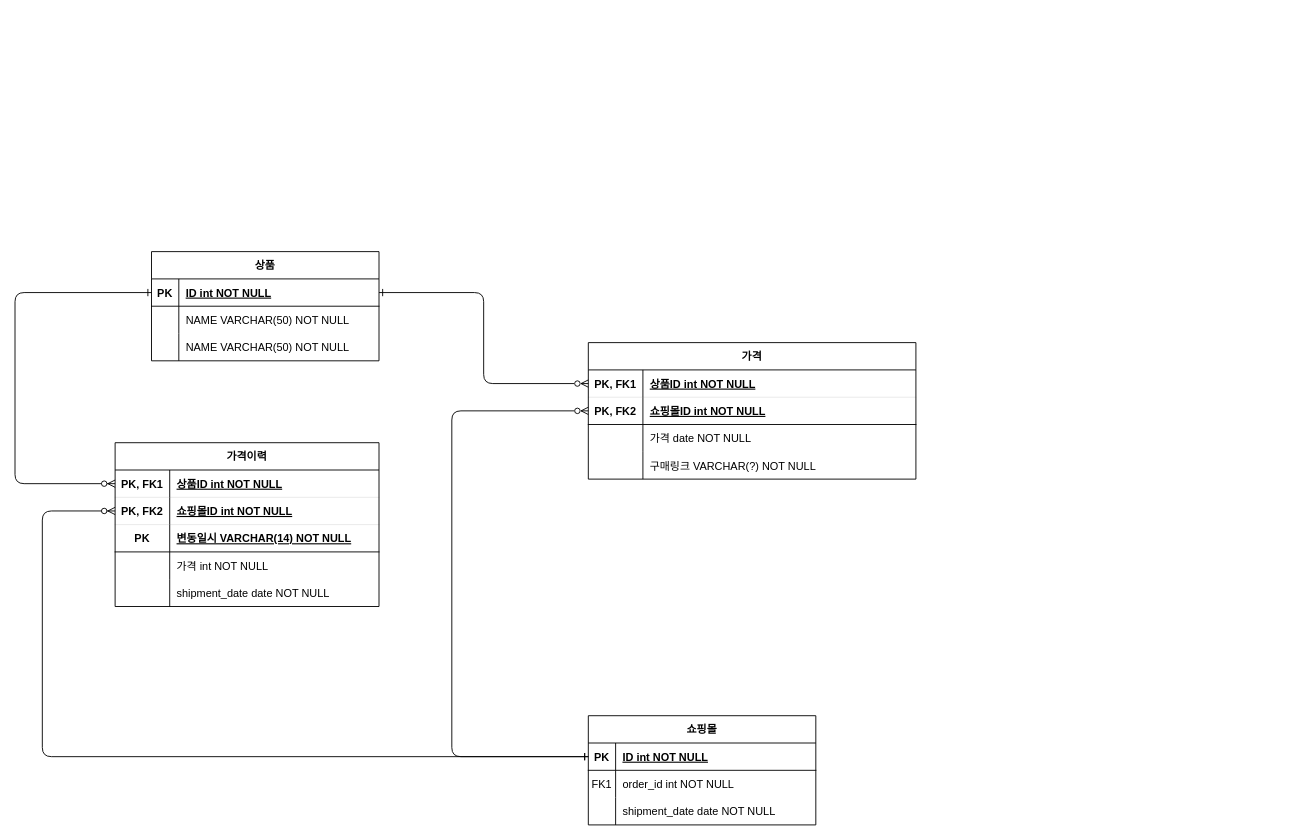
The draw.io diagram price-search.drawio in GangBean/HelloWorld, before the edit. Source tidied: cells renumbered, new cells numbered last; positions are measured from the earlier drawing's top-left corner, leaving out a move shared by most shapes. Both pictures are drawn from the tidied source at 91%, with x=0, y=0 at pixel (15, 251).
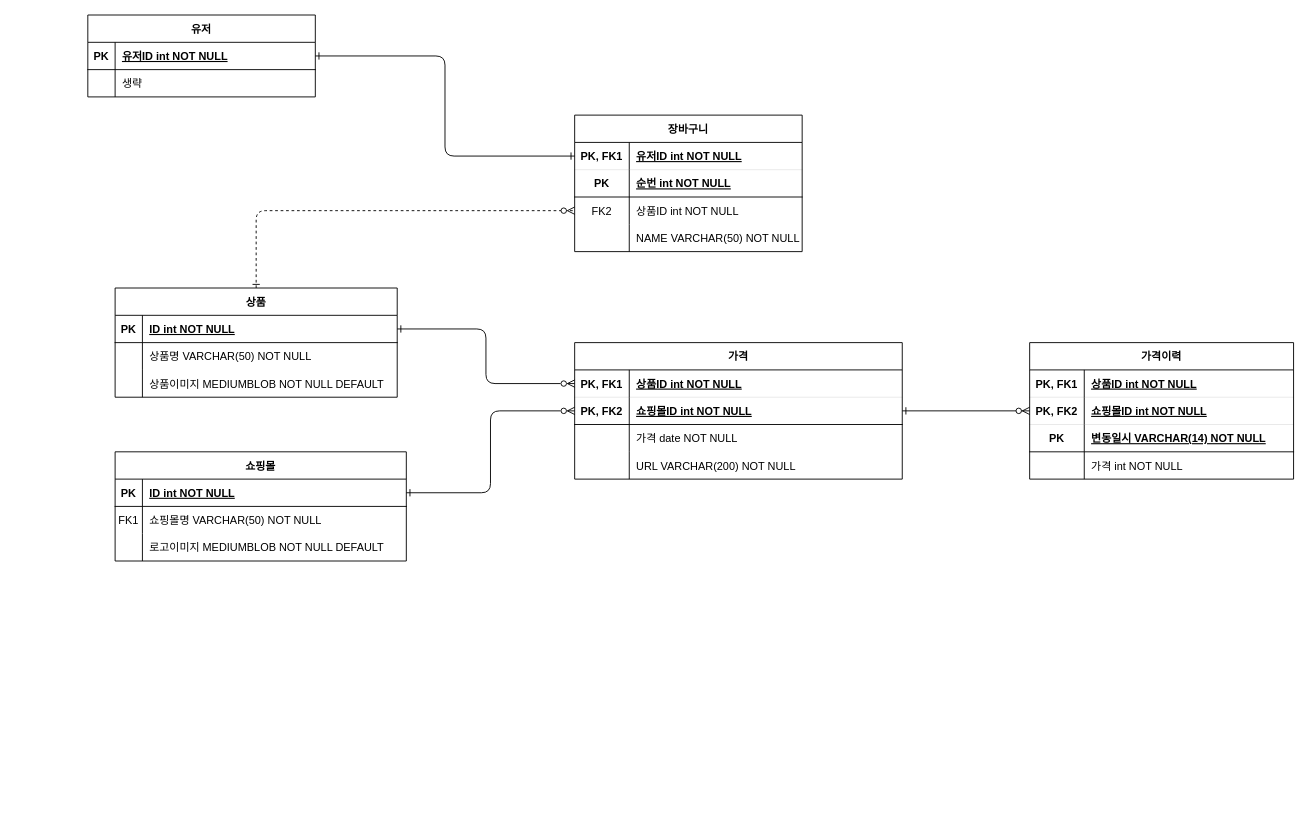
The same diagram, later.

Unchanged cells that the change refers to:
```xml
<mxCell id="7" style="shape=partialRectangle;fillColor=none;points=[[0,0.5],[1,0.5]];portConstraint=eastwest;top=0;left=0;right=0;bottom=1;" parent="3" vertex="1">
  <mxGeometry y="60" width="360" height="30" as="geometry" />
</mxCell>
<mxCell id="13" style="shape=partialRectangle;fillColor=none;top=0;left=0;right=0;bottom=0;" parent="3" vertex="1">
  <mxGeometry y="120" width="360" height="30" as="geometry" />
</mxCell>
<mxCell id="37" style="shape=partialRectangle;fillColor=none;points=[[0,0.5],[1,0.5]];portConstraint=eastwest;top=0;left=0;right=0;bottom=1;strokeWidth=0;" parent="36" vertex="1">
  <mxGeometry y="30" width="290" height="30" as="geometry" />
</mxCell>
<mxCell id="40" style="shape=partialRectangle;fillColor=none;points=[[0,0.5],[1,0.5]];portConstraint=eastwest;top=0;left=0;right=0;bottom=1;strokeWidth=0;" parent="36" vertex="1">
  <mxGeometry y="60" width="290" height="30" as="geometry" />
</mxCell>
```

The edit, as a diff of the source:
```diff
@@
-    <mxCell id="2" style="edgeStyle=orthogonalEdgeStyle;endArrow=ERone;startArrow=ERzeroToMany;endFill=0;startFill=0;exitX=0;exitY=0.5;exitDx=0;exitDy=0;entryX=0;entryY=0.5;entryDx=0;entryDy=0;" parent="1" edge="1" source="7" target="17">
-      <mxGeometry relative="1" as="geometry">
-        <Array as="points">
-          <mxPoint x="480" y="175" />
-          <mxPoint x="480" y="555" />
-        </Array>
-      </mxGeometry>
+    <mxCell id="2" style="edgeStyle=orthogonalEdgeStyle;endArrow=ERone;startArrow=ERzeroToMany;endFill=0;startFill=0;exitX=0;exitY=0.5;exitDx=0;exitDy=0;entryX=1;entryY=0.5;entryDx=0;entryDy=0;" parent="1" edge="1" source="7" target="17">
+      <mxGeometry relative="1" as="geometry" />
     </mxCell>
     <mxCell id="3" value="가격" style="shape=table;startSize=30;childLayout=tableLayout;rowLines=0;fontStyle=1;align=center;" parent="1" vertex="1">
-      <mxGeometry x="630" y="100" width="360" height="150" as="geometry" />
+      <mxGeometry x="615" y="100" width="360" height="150" as="geometry" />
     </mxCell>
@@
-    <mxCell id="15" value="구매링크 VARCHAR(?) NOT NULL" style="shape=partialRectangle;overflow=hidden;fillColor=none;top=0;left=0;bottom=0;right=0;align=left;spacingLeft=6;" parent="13" vertex="1">
+    <mxCell id="15" value="URL VARCHAR(200) NOT NULL" style="shape=partialRectangle;overflow=hidden;fillColor=none;top=0;left=0;bottom=0;right=0;align=left;spacingLeft=6;" parent="13" vertex="1">
       <mxGeometry x="60" width="300" height="30" as="geometry" />
     </mxCell>
     <mxCell id="16" value="쇼핑몰" style="shape=table;startSize=30;childLayout=tableLayout;rowLines=0;fontStyle=1;align=center;" parent="1" vertex="1">
-      <mxGeometry x="630" y="510" width="250" height="120" as="geometry" />
+      <mxGeometry x="110" y="220" width="320" height="120" as="geometry" />
     </mxCell>
     <mxCell id="17" style="shape=partialRectangle;fillColor=none;points=[[0,0.5],[1,0.5]];portConstraint=eastwest;top=0;left=0;right=0;bottom=1;" parent="16" vertex="1">
-      <mxGeometry y="30" width="250" height="30" as="geometry" />
+      <mxGeometry y="30" width="320" height="30" as="geometry" />
     </mxCell>
@@
     <mxCell id="19" value="ID int NOT NULL " style="shape=partialRectangle;overflow=hidden;fillColor=none;top=0;left=0;bottom=0;right=0;align=left;spacingLeft=6;fontStyle=5;" parent="17" vertex="1">
-      <mxGeometry x="30" width="220" height="30" as="geometry" />
+      <mxGeometry x="30" width="290" height="30" as="geometry" />
     </mxCell>
     <mxCell id="20" style="shape=partialRectangle;fillColor=none;top=0;left=0;right=0;bottom=0;" parent="16" vertex="1">
-      <mxGeometry y="60" width="250" height="30" as="geometry" />
+      <mxGeometry y="60" width="320" height="30" as="geometry" />
     </mxCell>
@@
-    <mxCell id="22" value="order_id int NOT NULL" style="shape=partialRectangle;overflow=hidden;fillColor=none;top=0;left=0;bottom=0;right=0;align=left;spacingLeft=6;" parent="20" vertex="1">
-      <mxGeometry x="30" width="220" height="30" as="geometry" />
+    <mxCell id="22" value="쇼핑몰명 VARCHAR(50) NOT NULL" style="shape=partialRectangle;overflow=hidden;fillColor=none;top=0;left=0;bottom=0;right=0;align=left;spacingLeft=6;" parent="20" vertex="1">
+      <mxGeometry x="30" width="290" height="30" as="geometry" />
     </mxCell>
     <mxCell id="23" style="shape=partialRectangle;fillColor=none;top=0;left=0;right=0;bottom=0;" parent="16" vertex="1">
-      <mxGeometry y="90" width="250" height="30" as="geometry" />
+      <mxGeometry y="90" width="320" height="30" as="geometry" />
     </mxCell>
@@
-    <mxCell id="25" value="shipment_date date NOT NULL" style="shape=partialRectangle;overflow=hidden;fillColor=none;top=0;left=0;bottom=0;right=0;align=left;spacingLeft=6;" parent="23" vertex="1">
-      <mxGeometry x="30" width="220" height="30" as="geometry" />
+    <mxCell id="25" value="로고이미지 MEDIUMBLOB NOT NULL DEFAULT " style="shape=partialRectangle;overflow=hidden;fillColor=none;top=0;left=0;bottom=0;right=0;align=left;spacingLeft=6;" parent="23" vertex="1">
+      <mxGeometry x="30" width="290" height="30" as="geometry" />
     </mxCell>
     <mxCell id="26" value="상품" style="shape=table;startSize=30;childLayout=tableLayout;rowLines=0;fontStyle=1;align=center;" parent="1" vertex="1">
-      <mxGeometry x="150" width="250" height="120" as="geometry" />
+      <mxGeometry x="110" y="40" width="310" height="120" as="geometry" />
     </mxCell>
     <mxCell id="27" style="shape=partialRectangle;fillColor=none;points=[[0,0.5],[1,0.5]];portConstraint=eastwest;top=0;left=0;right=0;bottom=1;" parent="26" vertex="1">
-      <mxGeometry y="30" width="250" height="30" as="geometry" />
+      <mxGeometry y="30" width="310" height="30" as="geometry" />
     </mxCell>
@@
     <mxCell id="29" value="ID int NOT NULL" style="shape=partialRectangle;overflow=hidden;fillColor=none;top=0;left=0;bottom=0;right=0;align=left;spacingLeft=6;fontStyle=5;" parent="27" vertex="1">
-      <mxGeometry x="30" width="220" height="30" as="geometry" />
+      <mxGeometry x="30" width="280" height="30" as="geometry" />
     </mxCell>
     <mxCell id="30" style="shape=partialRectangle;fillColor=none;top=0;left=0;right=0;bottom=0;" parent="26" vertex="1">
-      <mxGeometry y="60" width="250" height="30" as="geometry" />
+      <mxGeometry y="60" width="310" height="30" as="geometry" />
     </mxCell>
@@
-    <mxCell id="32" value="NAME VARCHAR(50) NOT NULL" style="shape=partialRectangle;overflow=hidden;fillColor=none;top=0;left=0;bottom=0;right=0;align=left;spacingLeft=6;" parent="30" vertex="1">
-      <mxGeometry x="30" width="220" height="30" as="geometry" />
+    <mxCell id="32" value="상품명 VARCHAR(50) NOT NULL" style="shape=partialRectangle;overflow=hidden;fillColor=none;top=0;left=0;bottom=0;right=0;align=left;spacingLeft=6;" parent="30" vertex="1">
+      <mxGeometry x="30" width="280" height="30" as="geometry" />
     </mxCell>
     <mxCell id="33" style="shape=partialRectangle;fillColor=none;top=0;left=0;right=0;bottom=0;" parent="26" vertex="1">
-      <mxGeometry y="90" width="250" height="30" as="geometry" />
+      <mxGeometry y="90" width="310" height="30" as="geometry" />
     </mxCell>
@@
-    <mxCell id="35" value="NAME VARCHAR(50) NOT NULL" style="shape=partialRectangle;overflow=hidden;fillColor=none;top=0;left=0;bottom=0;right=0;align=left;spacingLeft=6;" parent="33" vertex="1">
-      <mxGeometry x="30" width="220" height="30" as="geometry" />
+    <mxCell id="35" value="상품이미지 MEDIUMBLOB NOT NULL DEFAULT" style="shape=partialRectangle;overflow=hidden;fillColor=none;top=0;left=0;bottom=0;right=0;align=left;spacingLeft=6;" parent="33" vertex="1">
+      <mxGeometry x="30" width="280" height="30" as="geometry" />
     </mxCell>
     <mxCell id="36" value="가격이력" style="shape=table;startSize=30;childLayout=tableLayout;rowLines=0;fontStyle=1;align=center;" parent="1" vertex="1">
-      <mxGeometry x="110" y="210" width="290" height="180" as="geometry" />
+      <mxGeometry x="1115" y="100" width="290" height="150" as="geometry" />
     </mxCell>
@@
-    <mxCell id="49" style="shape=partialRectangle;fillColor=none;top=0;left=0;right=0;bottom=0;" parent="36" vertex="1">
-      <mxGeometry y="150" width="290" height="30" as="geometry" />
-    </mxCell>
-    <mxCell id="50" style="shape=partialRectangle;overflow=hidden;fillColor=none;top=0;left=0;bottom=0;right=0;" parent="49" vertex="1">
-      <mxGeometry width="60" height="30" as="geometry" />
-    </mxCell>
-    <mxCell id="51" value="shipment_date date NOT NULL" style="shape=partialRectangle;overflow=hidden;fillColor=none;top=0;left=0;bottom=0;right=0;align=left;spacingLeft=6;" parent="49" vertex="1">
-      <mxGeometry x="60" width="230" height="30" as="geometry" />
-    </mxCell>
-    <mxCell id="52" style="edgeStyle=orthogonalEdgeStyle;endArrow=ERzeroToMany;startArrow=ERone;endFill=1;startFill=0;entryX=0;entryY=0.5;entryDx=0;entryDy=0;exitX=0;exitY=0.5;exitDx=0;exitDy=0;" parent="1" edge="1" source="27" target="37">
-      <mxGeometry relative="1" as="geometry">
-        <Array as="points">
-          <mxPoint y="45" />
-          <mxPoint y="255" />
-        </Array>
-      </mxGeometry>
-    </mxCell>
-    <mxCell id="53" style="edgeStyle=orthogonalEdgeStyle;endArrow=ERzeroToMany;startArrow=ERone;endFill=1;startFill=0;entryX=0;entryY=0.5;entryDx=0;entryDy=0;exitX=0;exitY=0.5;exitDx=0;exitDy=0;" parent="1" edge="1" source="17" target="40">
-      <mxGeometry relative="1" as="geometry">
-        <Array as="points">
-          <mxPoint x="30" y="555" />
-          <mxPoint x="30" y="285" />
-        </Array>
-      </mxGeometry>
+    <mxCell id="53" style="edgeStyle=orthogonalEdgeStyle;endArrow=ERzeroToMany;startArrow=ERone;endFill=1;startFill=0;entryX=0;entryY=0.5;entryDx=0;entryDy=0;exitX=1;exitY=0.5;exitDx=0;exitDy=0;" parent="1" edge="1" source="7" target="40">
+      <mxGeometry relative="1" as="geometry" />
     </mxCell>
@@
+    <mxCell id="55" value="장바구니" style="shape=table;startSize=30;childLayout=tableLayout;rowLines=0;fontStyle=1;align=center;" parent="1" vertex="1">
+      <mxGeometry x="615" y="-150" width="250" height="150" as="geometry" />
+    </mxCell>
+    <mxCell id="56" style="shape=partialRectangle;fillColor=none;points=[[0,0.5],[1,0.5]];portConstraint=eastwest;top=0;left=0;right=0;bottom=1;strokeWidth=0;" parent="55" vertex="1">
+      <mxGeometry y="30" width="250" height="30" as="geometry" />
+    </mxCell>
+    <mxCell id="57" value="PK, FK1" style="shape=partialRectangle;overflow=hidden;fillColor=none;top=0;left=0;bottom=0;right=0;fontStyle=1;" parent="56" vertex="1">
+      <mxGeometry width="60" height="30" as="geometry" />
+    </mxCell>
+    <mxCell id="58" value="유저ID int NOT NULL" style="shape=partialRectangle;overflow=hidden;fillColor=none;top=0;left=0;bottom=0;right=0;align=left;spacingLeft=6;fontStyle=5;" parent="56" vertex="1">
+      <mxGeometry x="60" width="190" height="30" as="geometry" />
+    </mxCell>
+    <mxCell id="59" style="shape=partialRectangle;fillColor=none;top=0;left=0;right=0;bottom=1;" parent="55" vertex="1">
+      <mxGeometry y="60" width="250" height="30" as="geometry" />
+    </mxCell>
+    <mxCell id="60" value="PK" style="shape=partialRectangle;overflow=hidden;fillColor=none;top=0;left=0;bottom=0;right=0;fontStyle=1;" parent="59" vertex="1">
+      <mxGeometry width="60" height="30" as="geometry" />
+    </mxCell>
+    <mxCell id="61" value="순번 int NOT NULL" style="shape=partialRectangle;overflow=hidden;fillColor=none;top=0;left=0;bottom=0;right=0;align=left;spacingLeft=6;fontStyle=5;" parent="59" vertex="1">
+      <mxGeometry x="60" width="190" height="30" as="geometry" />
+    </mxCell>
+    <mxCell id="62" style="shape=partialRectangle;fillColor=none;points=[[0,0.5],[1,0.5]];portConstraint=eastwest;top=0;left=0;right=0;bottom=0;" parent="55" vertex="1">
+      <mxGeometry y="90" width="250" height="30" as="geometry" />
+    </mxCell>
+    <mxCell id="63" value="FK2" style="shape=partialRectangle;overflow=hidden;fillColor=none;top=0;left=0;bottom=0;right=0;" parent="62" vertex="1">
+      <mxGeometry width="60" height="30" as="geometry" />
+    </mxCell>
+    <mxCell id="64" value="상품ID int NOT NULL" style="shape=partialRectangle;overflow=hidden;fillColor=none;top=0;left=0;bottom=0;right=0;align=left;spacingLeft=6;" parent="62" vertex="1">
+      <mxGeometry x="60" width="190" height="30" as="geometry" />
+    </mxCell>
+    <mxCell id="65" style="shape=partialRectangle;fillColor=none;top=0;left=0;right=0;bottom=0;" parent="55" vertex="1">
+      <mxGeometry y="120" width="250" height="30" as="geometry" />
+    </mxCell>
+    <mxCell id="50" style="shape=partialRectangle;overflow=hidden;fillColor=none;top=0;left=0;bottom=0;right=0;" parent="65" vertex="1">
+      <mxGeometry width="60" height="30" as="geometry" />
+    </mxCell>
+    <mxCell id="66" value="NAME VARCHAR(50) NOT NULL" style="shape=partialRectangle;overflow=hidden;fillColor=none;top=0;left=0;bottom=0;right=0;align=left;spacingLeft=6;" parent="65" vertex="1">
+      <mxGeometry x="60" width="190" height="30" as="geometry" />
+    </mxCell>
+    <mxCell id="67" style="edgeStyle=orthogonalEdgeStyle;endArrow=ERzeroToMany;startArrow=ERone;endFill=1;startFill=0;entryX=0;entryY=0.5;entryDx=0;entryDy=0;exitX=0.5;exitY=0;exitDx=0;exitDy=0;dashed=1;" parent="1" edge="1" source="26" target="62">
+      <mxGeometry relative="1" as="geometry" />
+    </mxCell>
+    <mxCell id="68" value="유저" style="shape=table;startSize=30;childLayout=tableLayout;rowLines=0;fontStyle=1;align=center;" parent="1" vertex="1">
+      <mxGeometry x="80" y="-260" width="250" height="90" as="geometry" />
+    </mxCell>
+    <mxCell id="69" style="shape=partialRectangle;fillColor=none;points=[[0,0.5],[1,0.5]];portConstraint=eastwest;top=0;left=0;right=0;bottom=1;strokeWidth=1;" parent="68" vertex="1">
+      <mxGeometry y="30" width="250" height="30" as="geometry" />
+    </mxCell>
+    <mxCell id="70" value="PK" style="shape=partialRectangle;overflow=hidden;fillColor=none;top=0;left=0;bottom=0;right=0;fontStyle=1;" parent="69" vertex="1">
+      <mxGeometry width="30" height="30" as="geometry" />
+    </mxCell>
+    <mxCell id="71" value="유저ID int NOT NULL" style="shape=partialRectangle;overflow=hidden;fillColor=none;top=0;left=0;bottom=0;right=0;align=left;spacingLeft=6;fontStyle=5;" parent="69" vertex="1">
+      <mxGeometry x="30" width="220" height="30" as="geometry" />
+    </mxCell>
+    <mxCell id="72" style="shape=partialRectangle;fillColor=none;top=0;left=0;right=0;bottom=0;" parent="68" vertex="1">
+      <mxGeometry y="60" width="250" height="30" as="geometry" />
+    </mxCell>
+    <mxCell id="73" style="shape=partialRectangle;overflow=hidden;fillColor=none;top=0;left=0;bottom=0;right=0;" parent="72" vertex="1">
+      <mxGeometry width="30" height="30" as="geometry" />
+    </mxCell>
+    <mxCell id="74" value="생략" style="shape=partialRectangle;overflow=hidden;fillColor=none;top=0;left=0;bottom=0;right=0;align=left;spacingLeft=6;" parent="72" vertex="1">
+      <mxGeometry x="30" width="220" height="30" as="geometry" />
+    </mxCell>
+    <mxCell id="75" style="edgeStyle=orthogonalEdgeStyle;endArrow=ERone;startArrow=ERone;endFill=0;startFill=0;entryX=0;entryY=0.5;entryDx=0;entryDy=0;exitX=1;exitY=0.5;exitDx=0;exitDy=0;" parent="1" edge="1" source="69" target="56">
+      <mxGeometry relative="1" as="geometry" />
+    </mxCell>
```
